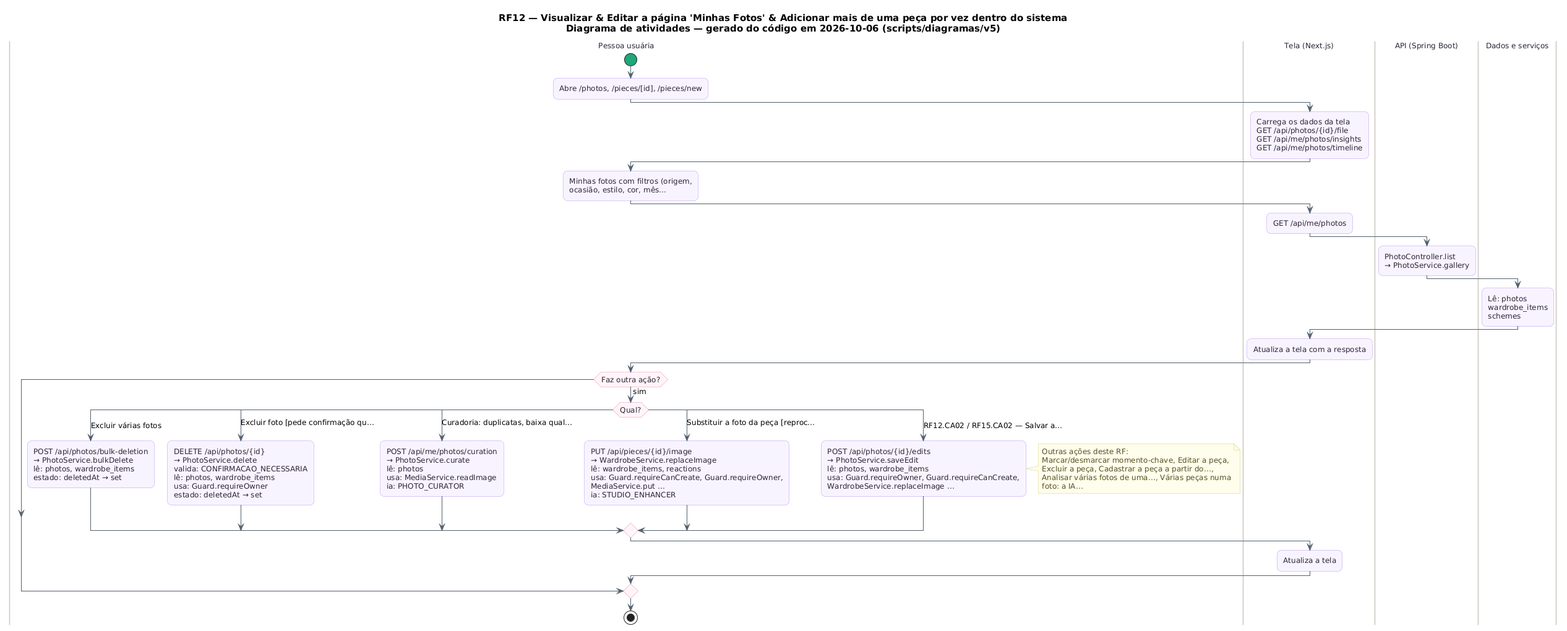
This is docs/diagramas/RF12/RF12_Atividades.png from MatheusHaliski/tcc-2026-fashion-ai-backend, a PlantUML export, as it was before one commit. Source of this version:
```plantuml
@startuml RF12_Atividades
skinparam backgroundColor #FFFFFF
skinparam shadowing false
skinparam defaultFontName "DejaVu Sans"
skinparam defaultFontSize 12
skinparam titleFontSize 15
skinparam roundcorner 14
skinparam ArrowColor #52606D
skinparam note {
  BackgroundColor #FFFDEB
  BorderColor #D8CE78
  FontColor #554F24
}
skinparam activity {
  BackgroundColor #F8F4FF
  BorderColor #B695F5
  FontColor #2D2438
  DiamondBackgroundColor #FFF5F8
  DiamondBorderColor #F08DB1
  StartColor #20A77A
  EndColor #4B5563
}
skinparam swimlane {
  BorderColor #CBC6BE
  TitleFontColor #2D2438
}
title RF12 — Visualizar & Editar a página 'Minhas Fotos' & Adicionar mais de uma peça por vez dentro do sistema\nDiagrama de atividades — gerado do código em 2026-10-06 (scripts/diagramas/v5)

|Pessoa usuária|
start
:Abre /photos, /pieces/[id], /pieces/new;
|Tela (Next.js)|
:Carrega os dados da tela\nGET /api/photos/{id}/file\nGET /api/me/photos/insights\nGET /api/me/photos/timeline;
|Pessoa usuária|
:Minhas fotos com filtros (origem,\nocasião, estilo, cor, mês…;
|Tela (Next.js)|
:GET /api/me/photos;
|API (Spring Boot)|
:PhotoController.list\n→ PhotoService.gallery;
|Dados e serviços|
:Lê: photos\nwardrobe_items\nschemes;
|Tela (Next.js)|
:Atualiza a tela com a resposta;
|Pessoa usuária|
if (Faz outra ação?) then (sim)
  switch (Qual?)
  case (Excluir várias fotos)
    :POST /api/photos/bulk-deletion\n→ PhotoService.bulkDelete\nlê: photos, wardrobe_items\nestado: deletedAt → set;
  case (Excluir foto [pede confirmação qu…)
    :DELETE /api/photos/{id}\n→ PhotoService.delete\nvalida: CONFIRMACAO_NECESSARIA\nlê: photos, wardrobe_items\nusa: Guard.requireOwner\nestado: deletedAt → set;
  case (Curadoria: duplicatas, baixa qual…)
    :POST /api/me/photos/curation\n→ PhotoService.curate\nlê: photos\nusa: MediaService.readImage\nia: PHOTO_CURATOR;
  case (Substituir a foto da peça [reproc…)
    :PUT /api/pieces/{id}/image\n→ WardrobeService.replaceImage\nlê: wardrobe_items, reactions\nusa: Guard.requireCanCreate, Guard.requireOwner,\nMediaService.put …\nia: STUDIO_ENHANCER;
  case (RF12.CA02 / RF15.CA02 — Salvar a…)
    :POST /api/photos/{id}/edits\n→ PhotoService.saveEdit\nlê: photos, wardrobe_items\nusa: Guard.requireOwner, Guard.requireCanCreate,\nWardrobeService.replaceImage …;
  endswitch
  note right
  Outras ações deste RF:
  Marcar/desmarcar momento-chave, Editar a peça,
  Excluir a peça, Cadastrar a peça a partir do…,
  Analisar várias fotos de uma…, Várias peças numa
  foto: a IA…
  end note
  |Tela (Next.js)|
  :Atualiza a tela;
endif
|Pessoa usuária|
stop
@enduml
```
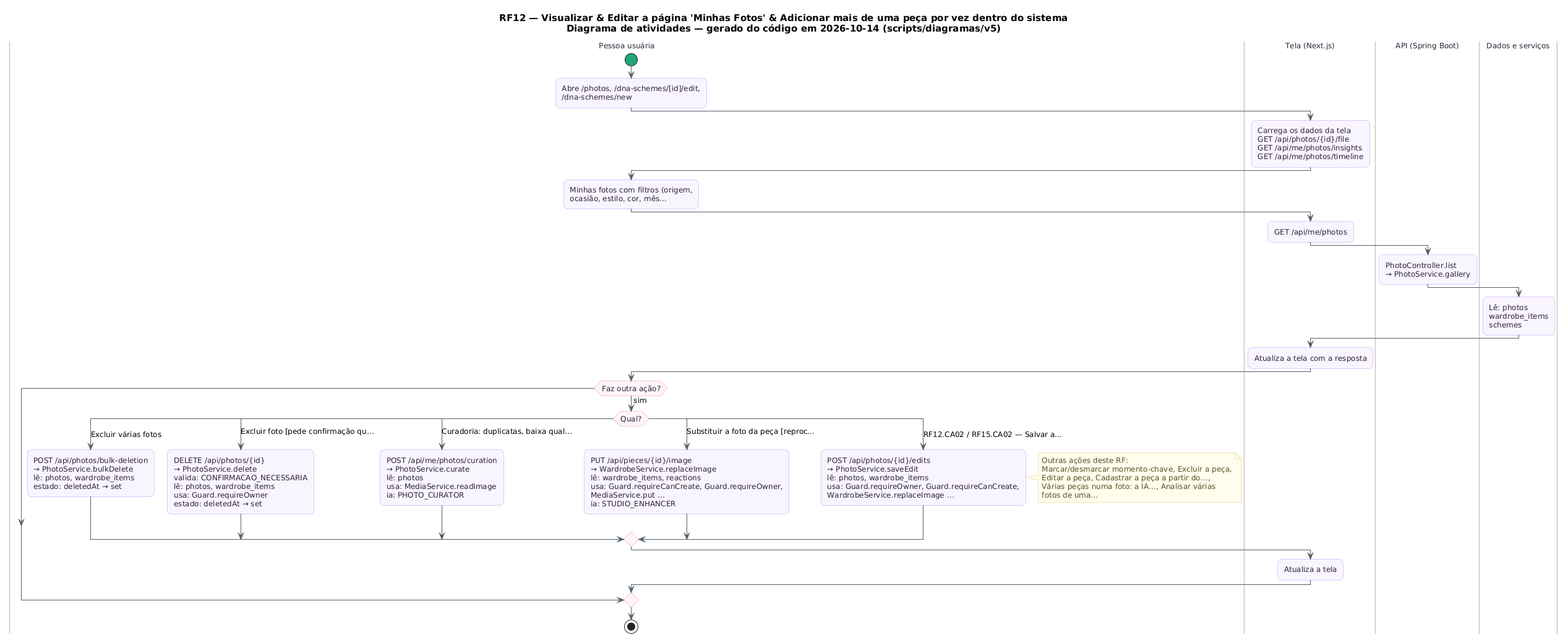
Later version of the same file.

What changed in the source:
```diff
@@ -24,11 +24,11 @@
   BorderColor #CBC6BE
   TitleFontColor #2D2438
 }
-title RF12 — Visualizar & Editar a página 'Minhas Fotos' & Adicionar mais de uma peça por vez dentro do sistema\nDiagrama de atividades — gerado do código em 2026-10-06 (scripts/diagramas/v5)
+title RF12 — Visualizar & Editar a página 'Minhas Fotos' & Adicionar mais de uma peça por vez dentro do sistema\nDiagrama de atividades — gerado do código em 2026-10-14 (scripts/diagramas/v5)
 
 |Pessoa usuária|
 start
-:Abre /photos, /pieces/[id], /pieces/new;
+:Abre /photos, /dna-schemes/[id]/edit,\n/dna-schemes/new;
 |Tela (Next.js)|
 :Carrega os dados da tela\nGET /api/photos/{id}/file\nGET /api/me/photos/insights\nGET /api/me/photos/timeline;
 |Pessoa usuária|
@@ -57,10 +57,10 @@
   endswitch
   note right
   Outras ações deste RF:
-  Marcar/desmarcar momento-chave, Editar a peça,
-  Excluir a peça, Cadastrar a peça a partir do…,
-  Analisar várias fotos de uma…, Várias peças numa
-  foto: a IA…
+  Marcar/desmarcar momento-chave, Excluir a peça,
+  Editar a peça, Cadastrar a peça a partir do…,
+  Várias peças numa foto: a IA…, Analisar várias
+  fotos de uma…
   end note
   |Tela (Next.js)|
   :Atualiza a tela;
```
